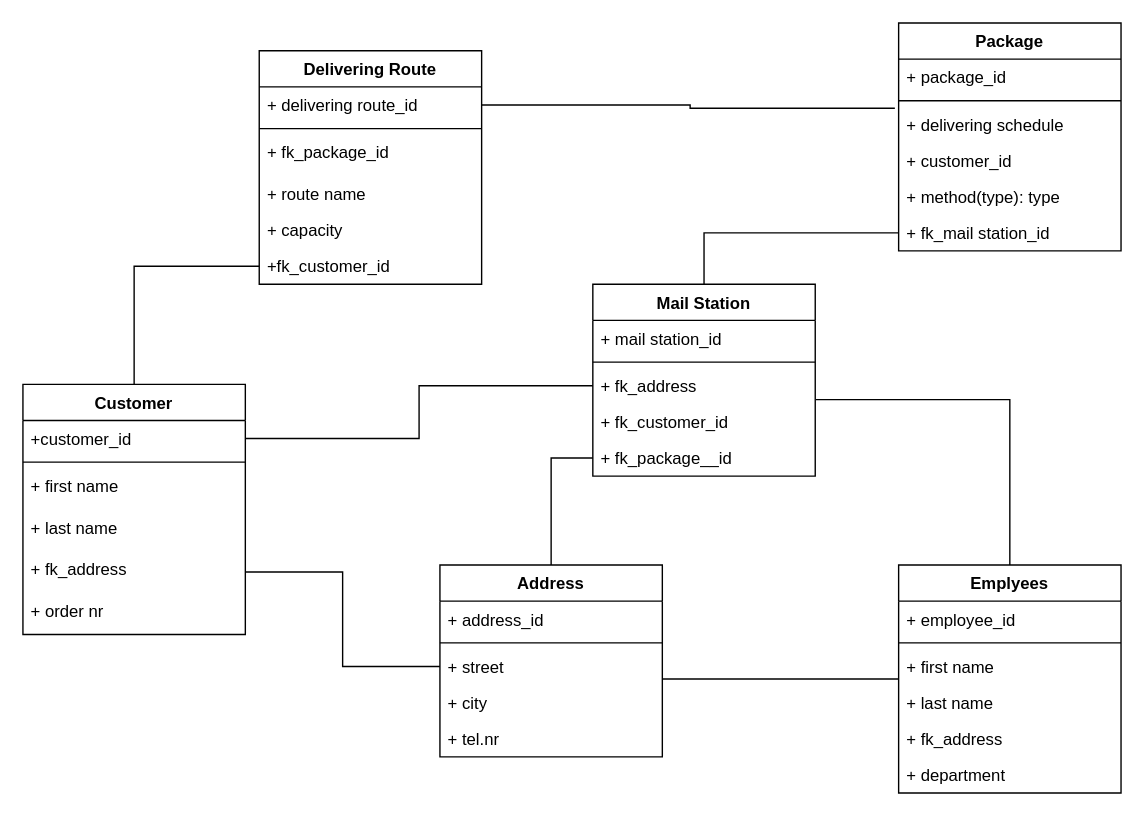
The draw.io diagram Normalization Diagram.drawio in RobertCas84/CF-RobertCastillo-CR-09, before the edit. Source tidied: cells renumbered, new cells numbered last; positions are measured from the earlier drawing's top-left corner, leaving out a move shared by most shapes. Both pictures are drawn from the tidied source at 139%, with x=0, y=0 at pixel (22, 22).
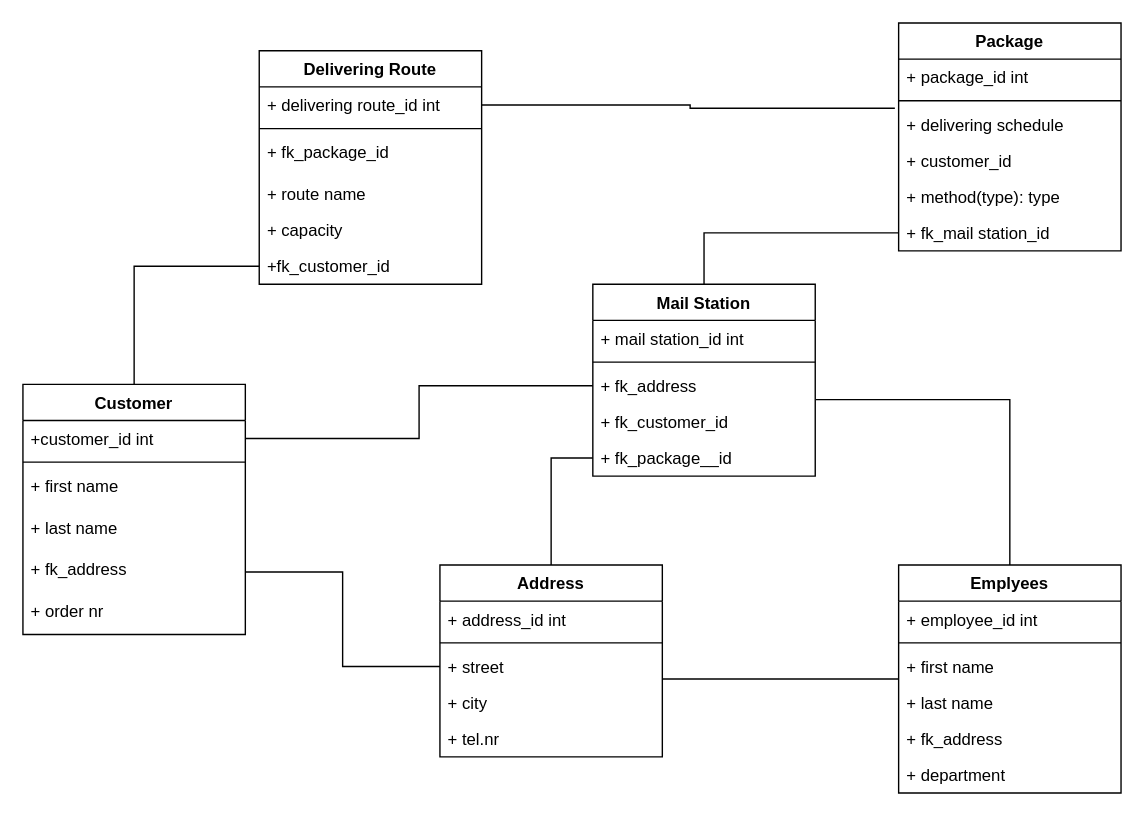
After the change.

The change refers to these unchanged cells:
```xml
<mxCell id="2" value="Delivering Route" style="swimlane;fontStyle=1;align=center;verticalAlign=top;horizontal=1;startSize=26;" parent="1" vertex="1">
  <mxGeometry x="170" y="20" width="160" height="168" as="geometry" />
</mxCell>
<mxCell id="11" value="Emplyees" style="swimlane;fontStyle=1;align=center;verticalAlign=top;horizontal=1;startSize=26;" parent="1" vertex="1">
  <mxGeometry x="630" y="390" width="160" height="164" as="geometry" />
</mxCell>
<mxCell id="19" value="Mail Station" style="swimlane;fontStyle=1;align=center;verticalAlign=top;horizontal=1;startSize=26;" parent="1" vertex="1">
  <mxGeometry x="410" y="188" width="160" height="138" as="geometry" />
</mxCell>
<mxCell id="26" value="Customer" style="swimlane;fontStyle=1;align=center;verticalAlign=top;horizontal=1;startSize=26;" parent="1" vertex="1">
  <mxGeometry y="260" width="160" height="180" as="geometry" />
</mxCell>
<mxCell id="34" value="Address" style="swimlane;fontStyle=1;align=center;verticalAlign=top;horizontal=1;startSize=26;" parent="1" vertex="1">
  <mxGeometry x="300" y="390" width="160" height="138" as="geometry" />
</mxCell>
<mxCell id="40" value="Package" style="swimlane;fontStyle=1;align=center;verticalAlign=top;horizontal=1;startSize=26;" parent="1" vertex="1">
  <mxGeometry x="630" width="160" height="164" as="geometry" />
</mxCell>
```

Diff of the diagram source:
```diff
@@
-    <mxCell id="3" value="+ delivering route_id" style="text;strokeColor=none;fillColor=none;align=left;verticalAlign=top;spacingLeft=4;spacingRight=4;overflow=hidden;points=[[0,0.5],[1,0.5]];portConstraint=eastwest;" parent="2" vertex="1">
+    <mxCell id="3" value="+ delivering route_id int" style="text;strokeColor=none;fillColor=none;align=left;verticalAlign=top;spacingLeft=4;spacingRight=4;overflow=hidden;points=[[0,0.5],[1,0.5]];portConstraint=eastwest;" parent="2" vertex="1">
       <mxGeometry y="26" width="160" height="26" as="geometry" />
     </mxCell>
@@
-    <mxCell id="12" value="+ employee_id" style="text;strokeColor=none;fillColor=none;align=left;verticalAlign=top;spacingLeft=4;spacingRight=4;overflow=hidden;" parent="11" vertex="1">
+    <mxCell id="12" value="+ employee_id int" style="text;strokeColor=none;fillColor=none;align=left;verticalAlign=top;spacingLeft=4;spacingRight=4;overflow=hidden;" parent="11" vertex="1">
       <mxGeometry y="26" width="160" height="26" as="geometry" />
     </mxCell>
@@
-    <mxCell id="20" value="+ mail station_id" style="text;strokeColor=none;fillColor=none;align=left;verticalAlign=top;spacingLeft=4;spacingRight=4;overflow=hidden;" parent="19" vertex="1">
+    <mxCell id="20" value="+ mail station_id int" style="text;strokeColor=none;fillColor=none;align=left;verticalAlign=top;spacingLeft=4;spacingRight=4;overflow=hidden;" parent="19" vertex="1">
       <mxGeometry y="26" width="160" height="26" as="geometry" />
     </mxCell>
@@
-    <mxCell id="27" value="+customer_id" style="text;strokeColor=none;fillColor=none;align=left;verticalAlign=top;spacingLeft=4;spacingRight=4;overflow=hidden;points=[[0,0.5],[1,0.5]];portConstraint=eastwest;" parent="26" vertex="1">
+    <mxCell id="27" value="+customer_id int" style="text;strokeColor=none;fillColor=none;align=left;verticalAlign=top;spacingLeft=4;spacingRight=4;overflow=hidden;points=[[0,0.5],[1,0.5]];portConstraint=eastwest;" parent="26" vertex="1">
       <mxGeometry y="26" width="160" height="26" as="geometry" />
     </mxCell>
@@
-    <mxCell id="29" value="+ first name" style="text;strokeColor=none;fillColor=none;align=left;verticalAlign=top;spacingLeft=4;spacingRight=4;overflow=hidden;" parent="26" vertex="1">
+    <mxCell id="29" value="+ first name " style="text;strokeColor=none;fillColor=none;align=left;verticalAlign=top;spacingLeft=4;spacingRight=4;overflow=hidden;" parent="26" vertex="1">
       <mxGeometry y="60" width="160" height="30" as="geometry" />
     </mxCell>
@@
-    <mxCell id="35" value="+ address_id" style="text;strokeColor=none;fillColor=none;align=left;verticalAlign=top;spacingLeft=4;spacingRight=4;overflow=hidden;" parent="34" vertex="1">
+    <mxCell id="35" value="+ address_id int" style="text;strokeColor=none;fillColor=none;align=left;verticalAlign=top;spacingLeft=4;spacingRight=4;overflow=hidden;" parent="34" vertex="1">
       <mxGeometry y="26" width="160" height="26" as="geometry" />
     </mxCell>
@@
-    <mxCell id="41" value="+ package_id" style="text;strokeColor=none;fillColor=none;align=left;verticalAlign=top;spacingLeft=4;spacingRight=4;overflow=hidden;" parent="40" vertex="1">
+    <mxCell id="41" value="+ package_id int" style="text;strokeColor=none;fillColor=none;align=left;verticalAlign=top;spacingLeft=4;spacingRight=4;overflow=hidden;" parent="40" vertex="1">
       <mxGeometry y="26" width="160" height="26" as="geometry" />
     </mxCell>
```
